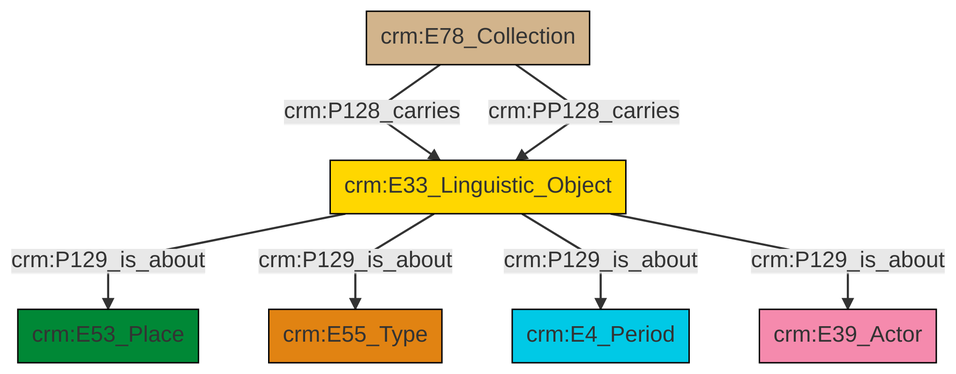
Before: et/archivalCSV/ttl/mmd/png/archival_aboutness.png, a diagram exported from Mermaid (swiss-art-research-net/docs.swissartresearch). Its source is kept beside it as et/archivalCSV/ttl/mmd/archival_aboutness.ttl.mmd. Source of this version:
```mermaid
graph TD
classDef Literal fill:#f2f2f2,stroke:#000000;
classDef CRM_Entity fill:#FFFFFF,stroke:#000000;
classDef Temporal_Entity fill:#00C9E6, stroke:#000000;
classDef Type fill:#E18312, stroke:#000000;
classDef Time-Span fill:#2C9C91, stroke:#000000;
classDef Appellation fill:#FFEB7F, stroke:#000000;
classDef Place fill:#008836, stroke:#000000;
classDef Persistent_Item fill:#B266B2, stroke:#000000;
classDef Conceptual_Object fill:#FFD700, stroke:#000000;
classDef Physical_Thing fill:#D2B48C, stroke:#000000;
classDef Actor fill:#f58aad, stroke:#000000;
classDef PC_Classes fill:#4ce600, stroke:#000000;
classDef Multi fill:#cccccc,stroke:#000000;

2["crm:E78_Collection"]:::Physical_Thing -->|crm:P128_carries| 3["crm:E33_Linguistic_Object"]:::Conceptual_Object
3["crm:E33_Linguistic_Object"]:::Conceptual_Object -->|crm:P129_is_about| 4["crm:E53_Place"]:::Place
3["crm:E33_Linguistic_Object"]:::Conceptual_Object -->|crm:P129_is_about| 5["crm:E55_Type"]:::Type
2["crm:E78_Collection"]:::Physical_Thing -->|crm:PP128_carries| 3["crm:E33_Linguistic_Object"]:::Conceptual_Object
3["crm:E33_Linguistic_Object"]:::Conceptual_Object -->|crm:P129_is_about| 0["crm:E4_Period"]:::Temporal_Entity
3["crm:E33_Linguistic_Object"]:::Conceptual_Object -->|crm:P129_is_about| 7["crm:E39_Actor"]:::Actor
```
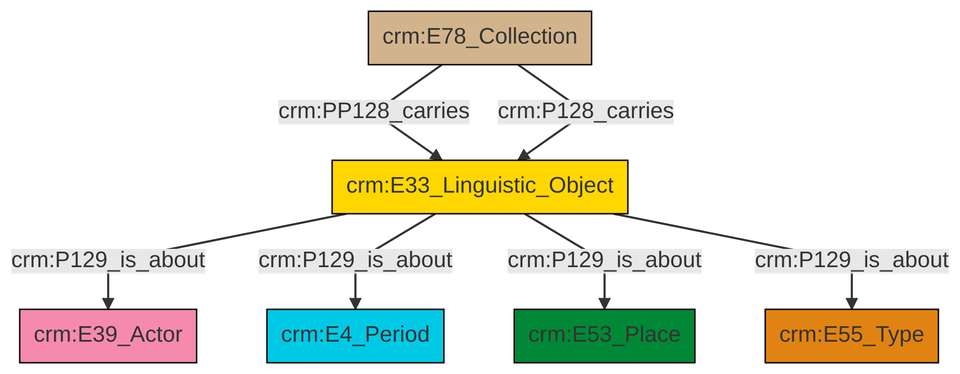
The same file after the commit.

What changed in the source:
```diff
@@ -13,9 +13,9 @@
 classDef PC_Classes fill:#4ce600, stroke:#000000;
 classDef Multi fill:#cccccc,stroke:#000000;
 
-2["crm:E78_Collection"]:::Physical_Thing -->|crm:P128_carries| 3["crm:E33_Linguistic_Object"]:::Conceptual_Object
-3["crm:E33_Linguistic_Object"]:::Conceptual_Object -->|crm:P129_is_about| 4["crm:E53_Place"]:::Place
-3["crm:E33_Linguistic_Object"]:::Conceptual_Object -->|crm:P129_is_about| 5["crm:E55_Type"]:::Type
-2["crm:E78_Collection"]:::Physical_Thing -->|crm:PP128_carries| 3["crm:E33_Linguistic_Object"]:::Conceptual_Object
-3["crm:E33_Linguistic_Object"]:::Conceptual_Object -->|crm:P129_is_about| 0["crm:E4_Period"]:::Temporal_Entity
-3["crm:E33_Linguistic_Object"]:::Conceptual_Object -->|crm:P129_is_about| 7["crm:E39_Actor"]:::Actor
+0["crm:E33_Linguistic_Object"]:::Conceptual_Object -->|crm:P129_is_about| 1["crm:E39_Actor"]:::Actor
+0["crm:E33_Linguistic_Object"]:::Conceptual_Object -->|crm:P129_is_about| 6["crm:E4_Period"]:::Temporal_Entity
+2["crm:E78_Collection"]:::Physical_Thing -->|crm:PP128_carries| 0["crm:E33_Linguistic_Object"]:::Conceptual_Object
+0["crm:E33_Linguistic_Object"]:::Conceptual_Object -->|crm:P129_is_about| 8["crm:E53_Place"]:::Place
+0["crm:E33_Linguistic_Object"]:::Conceptual_Object -->|crm:P129_is_about| 4["crm:E55_Type"]:::Type
+2["crm:E78_Collection"]:::Physical_Thing -->|crm:P128_carries| 0["crm:E33_Linguistic_Object"]:::Conceptual_Object
```
